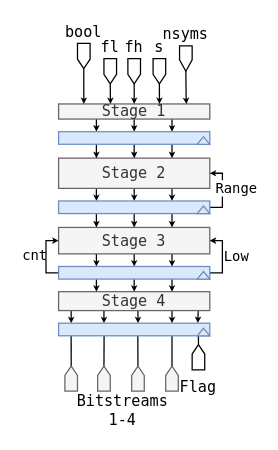
Earlier version of the draw.io diagram page "Overview Pipeline" (5 of 8) of Project/Architecture.drawio (tuliopereirab/arithmetic-encoder-av1). Source tidied: cells renumbered, new cells numbered last; positions are measured from the earlier drawing's top-left corner, leaving out a move shared by most shapes. Both pictures are drawn from the tidied source at 126%, with x=0, y=0 at pixel (45, 43).
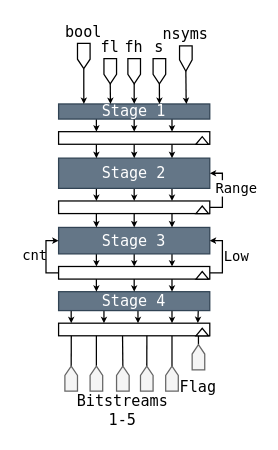
The same diagram, later.

Unchanged cells that the change refers to:
```xml
<mxCell id="55" style="shape=offPageConnector;whiteSpace=wrap;html=1;rotation=0;labelPosition=center;verticalLabelPosition=bottom;align=center;verticalAlign=top;horizontal=1;direction=west;fontFamily=Lucida Console;fillColor=#f5f5f5;strokeColor=#666666;fontColor=#333333;" parent="1" vertex="1">
  <mxGeometry x="95" y="256" width="10" height="20" as="geometry" />
</mxCell>
```

Diff of the diagram source:
```diff
@@
-    <mxCell id="7" value="Stage 1" style="rounded=0;whiteSpace=wrap;html=1;direction=west;fontFamily=Lucida Console;fillColor=#f5f5f5;strokeColor=#666666;fontColor=#333333;" parent="1" vertex="1">
+    <mxCell id="7" value="Stage 1" style="rounded=0;whiteSpace=wrap;html=1;direction=west;fontFamily=Lucida Console;fillColor=#647687;strokeColor=#314354;fontColor=#ffffff;" parent="1" vertex="1">
       <mxGeometry x="10" y="48" width="120" height="12" as="geometry" />
     </mxCell>
@@
-    <mxCell id="21" value="Stage 2" style="rounded=0;whiteSpace=wrap;html=1;direction=west;fontFamily=Lucida Console;fillColor=#f5f5f5;strokeColor=#666666;fontColor=#333333;" parent="1" vertex="1">
+    <mxCell id="21" value="Stage 2" style="rounded=0;whiteSpace=wrap;html=1;direction=west;fontFamily=Lucida Console;fillColor=#647687;strokeColor=#314354;fontColor=#ffffff;" parent="1" vertex="1">
       <mxGeometry x="10" y="91" width="120" height="24" as="geometry" />
     </mxCell>
@@
-    <mxCell id="25" style="rounded=0;whiteSpace=wrap;html=1;direction=west;fontFamily=Lucida Console;fillColor=#dae8fc;strokeColor=#6c8ebf;" parent="1" vertex="1">
+    <mxCell id="25" style="rounded=0;whiteSpace=wrap;html=1;direction=west;fontFamily=Lucida Console;fillColor=#FFFFFF;" parent="1" vertex="1">
       <mxGeometry x="10" y="70" width="120" height="10" as="geometry" />
     </mxCell>
@@
-    <mxCell id="31" value="Stage 3" style="rounded=0;whiteSpace=wrap;html=1;direction=west;fontFamily=Lucida Console;fillColor=#f5f5f5;strokeColor=#666666;fontColor=#333333;" parent="1" vertex="1">
+    <mxCell id="31" value="Stage 3" style="rounded=0;whiteSpace=wrap;html=1;direction=west;fontFamily=Lucida Console;fillColor=#647687;strokeColor=#314354;fontColor=#ffffff;" parent="1" vertex="1">
       <mxGeometry x="10" y="146" width="120" height="21" as="geometry" />
     </mxCell>
@@
-    <mxCell id="35" style="rounded=0;whiteSpace=wrap;html=1;direction=west;fontFamily=Lucida Console;fillColor=#dae8fc;strokeColor=#6c8ebf;" parent="1" vertex="1">
+    <mxCell id="35" style="rounded=0;whiteSpace=wrap;html=1;direction=west;fontFamily=Lucida Console;fillColor=#FFFFFF;" parent="1" vertex="1">
       <mxGeometry x="10" y="125" width="120" height="10" as="geometry" />
     </mxCell>
@@
-    <mxCell id="43" value="Stage 4" style="rounded=0;whiteSpace=wrap;html=1;direction=west;fontFamily=Lucida Console;fillColor=#f5f5f5;strokeColor=#666666;fontColor=#333333;" parent="1" vertex="1">
+    <mxCell id="43" value="Stage 4" style="rounded=0;whiteSpace=wrap;html=1;direction=west;fontFamily=Lucida Console;fillColor=#647687;strokeColor=#314354;fontColor=#ffffff;" parent="1" vertex="1">
       <mxGeometry x="10" y="197" width="120" height="15" as="geometry" />
     </mxCell>
@@
-    <mxCell id="47" style="rounded=0;whiteSpace=wrap;html=1;direction=west;fontFamily=Lucida Console;fillColor=#dae8fc;strokeColor=#6c8ebf;" parent="1" vertex="1">
+    <mxCell id="47" style="rounded=0;whiteSpace=wrap;html=1;direction=west;fontFamily=Lucida Console;fillColor=#FFFFFF;" parent="1" vertex="1">
       <mxGeometry x="10" y="177" width="120" height="10" as="geometry" />
     </mxCell>
-    <mxCell id="48" style="edgeStyle=orthogonalEdgeStyle;rounded=0;jettySize=auto;html=1;exitX=0.5;exitY=1;exitDx=0;exitDy=0;entryX=0.917;entryY=-0.019;entryDx=0;entryDy=0;entryPerimeter=0;startArrow=none;startFill=0;startSize=2;endArrow=none;endFill=0;endSize=2;" parent="1" edge="1" source="49" target="58">
+    <mxCell id="48" style="edgeStyle=orthogonalEdgeStyle;rounded=0;jettySize=auto;html=1;exitX=0.5;exitY=1;exitDx=0;exitDy=0;entryX=0.577;entryY=0.004;entryDx=0;entryDy=0;entryPerimeter=0;endArrow=none;endFill=0;fontColor=#000000;" parent="1" edge="1" source="49" target="58">
       <mxGeometry relative="1" as="geometry" />
     </mxCell>
     <mxCell id="49" style="shape=offPageConnector;whiteSpace=wrap;html=1;rotation=0;labelPosition=center;verticalLabelPosition=bottom;align=center;verticalAlign=top;horizontal=1;direction=west;fontFamily=Lucida Console;fillColor=#f5f5f5;strokeColor=#666666;fontColor=#333333;" parent="1" vertex="1">
-      <mxGeometry x="15" y="256" width="10" height="20" as="geometry" />
+      <mxGeometry x="56" y="256" width="10" height="20" as="geometry" />
     </mxCell>
-    <mxCell id="50" style="edgeStyle=orthogonalEdgeStyle;rounded=0;jettySize=auto;html=1;exitX=0.5;exitY=1;exitDx=0;exitDy=0;entryX=0.699;entryY=-0.019;entryDx=0;entryDy=0;entryPerimeter=0;startArrow=none;startFill=0;startSize=2;endArrow=none;endFill=0;endSize=2;" parent="1" edge="1" source="51" target="58">
+    <mxCell id="50" style="edgeStyle=orthogonalEdgeStyle;rounded=0;jettySize=auto;html=1;exitX=0.5;exitY=1;exitDx=0;exitDy=0;entryX=0.916;entryY=0.043;entryDx=0;entryDy=0;entryPerimeter=0;endArrow=none;endFill=0;fontColor=#000000;" parent="1" edge="1" source="51" target="58">
       <mxGeometry relative="1" as="geometry" />
     </mxCell>
     <mxCell id="51" style="shape=offPageConnector;whiteSpace=wrap;html=1;rotation=0;labelPosition=center;verticalLabelPosition=bottom;align=center;verticalAlign=top;horizontal=1;direction=west;fontFamily=Lucida Console;fillColor=#f5f5f5;strokeColor=#666666;fontColor=#333333;" parent="1" vertex="1">
-      <mxGeometry x="41" y="256" width="10" height="20" as="geometry" />
+      <mxGeometry x="15" y="256" width="10" height="20" as="geometry" />
     </mxCell>
-    <mxCell id="52" style="edgeStyle=orthogonalEdgeStyle;rounded=0;jettySize=auto;html=1;exitX=0.5;exitY=1;exitDx=0;exitDy=0;entryX=0.476;entryY=0.128;entryDx=0;entryDy=0;entryPerimeter=0;startArrow=none;startFill=0;endArrow=none;endFill=0;endSize=2;startSize=2;" parent="1" edge="1" source="53" target="58">
+    <mxCell id="52" style="edgeStyle=orthogonalEdgeStyle;rounded=0;jettySize=auto;html=1;exitX=0.5;exitY=1;exitDx=0;exitDy=0;entryX=0.416;entryY=0.12;entryDx=0;entryDy=0;entryPerimeter=0;endArrow=none;endFill=0;fontColor=#000000;" parent="1" edge="1" source="53" target="58">
       <mxGeometry relative="1" as="geometry" />
     </mxCell>
     <mxCell id="53" style="shape=offPageConnector;whiteSpace=wrap;html=1;rotation=0;labelPosition=center;verticalLabelPosition=bottom;align=center;verticalAlign=top;horizontal=1;direction=west;fontFamily=Lucida Console;fillColor=#f5f5f5;strokeColor=#666666;fontColor=#333333;" parent="1" vertex="1">
-      <mxGeometry x="68" y="256" width="10" height="20" as="geometry" />
+      <mxGeometry x="75" y="256" width="10" height="20" as="geometry" />
     </mxCell>
-    <mxCell id="54" style="edgeStyle=orthogonalEdgeStyle;rounded=0;jettySize=auto;html=1;exitX=0.5;exitY=1;exitDx=0;exitDy=0;entryX=0.25;entryY=0;entryDx=0;entryDy=0;startArrow=none;startFill=0;endArrow=none;endFill=0;endSize=2;startSize=2;" parent="1" edge="1" source="55" target="58">
+    <mxCell id="54" style="edgeStyle=orthogonalEdgeStyle;rounded=0;jettySize=auto;html=1;exitX=0.5;exitY=1;exitDx=0;exitDy=0;entryX=0.25;entryY=0;entryDx=0;entryDy=0;endArrow=none;endFill=0;fontColor=#000000;" parent="1" edge="1" source="55" target="58">
       <mxGeometry relative="1" as="geometry" />
     </mxCell>
@@
-    <mxCell id="57" value="Flag" style="shape=offPageConnector;whiteSpace=wrap;html=1;rotation=0;labelPosition=center;verticalLabelPosition=bottom;align=center;verticalAlign=top;horizontal=1;direction=west;fontFamily=Lucida Console;" parent="1" vertex="1">
+    <mxCell id="57" value="Flag" style="shape=offPageConnector;whiteSpace=wrap;html=1;rotation=0;labelPosition=center;verticalLabelPosition=bottom;align=center;verticalAlign=top;horizontal=1;direction=west;fontFamily=Lucida Console;fillColor=#f5f5f5;strokeColor=#666666;" parent="1" vertex="1">
       <mxGeometry x="116" y="239" width="10" height="20" as="geometry" />
     </mxCell>
-    <mxCell id="58" style="rounded=0;whiteSpace=wrap;html=1;direction=west;fontFamily=Lucida Console;fillColor=#dae8fc;strokeColor=#6c8ebf;" parent="1" vertex="1">
+    <mxCell id="58" style="rounded=0;whiteSpace=wrap;html=1;direction=west;fontFamily=Lucida Console;fillColor=#FFFFFF;" parent="1" vertex="1">
       <mxGeometry x="10" y="222" width="120" height="10" as="geometry" />
     </mxCell>
-    <mxCell id="59" style="triangle;whiteSpace=wrap;html=1;direction=north;fillColor=#dae8fc;strokeColor=#6c8ebf;" parent="1" vertex="1">
-      <mxGeometry x="120" y="181" width="10" height="6" as="geometry" />
+    <mxCell id="59" style="triangle;whiteSpace=wrap;html=1;direction=north;fillColor=#FFFFFF;" parent="1" vertex="1">
+      <mxGeometry x="119" y="181" width="10" height="6" as="geometry" />
     </mxCell>
-    <mxCell id="60" style="triangle;whiteSpace=wrap;html=1;direction=north;fillColor=#dae8fc;strokeColor=#6c8ebf;" parent="1" vertex="1">
-      <mxGeometry x="120" y="129" width="10" height="6" as="geometry" />
+    <mxCell id="60" style="triangle;whiteSpace=wrap;html=1;direction=north;fillColor=#FFFFFF;" parent="1" vertex="1">
+      <mxGeometry x="119" y="129" width="10" height="6" as="geometry" />
     </mxCell>
-    <mxCell id="61" style="triangle;whiteSpace=wrap;html=1;direction=north;fillColor=#dae8fc;strokeColor=#6c8ebf;" parent="1" vertex="1">
-      <mxGeometry x="120" y="74" width="10" height="6" as="geometry" />
+    <mxCell id="61" style="triangle;whiteSpace=wrap;html=1;direction=north;fillColor=#FFFFFF;" parent="1" vertex="1">
+      <mxGeometry x="119" y="74" width="10" height="6" as="geometry" />
     </mxCell>
-    <mxCell id="62" style="triangle;whiteSpace=wrap;html=1;direction=north;fillColor=#dae8fc;strokeColor=#6c8ebf;" parent="1" vertex="1">
-      <mxGeometry x="120" y="226" width="10" height="6" as="geometry" />
+    <mxCell id="62" style="triangle;whiteSpace=wrap;html=1;direction=north;fillColor=#FFFFFF;" parent="1" vertex="1">
+      <mxGeometry x="119" y="226" width="10" height="6" as="geometry" />
     </mxCell>
-    <mxCell id="63" value="&lt;span style=&quot;font-family: &amp;#34;lucida console&amp;#34;&quot;&gt;Bitstreams 1-4&lt;/span&gt;" style="text;html=1;strokeColor=none;fillColor=none;align=center;verticalAlign=middle;whiteSpace=wrap;rounded=0;" parent="1" vertex="1">
+    <mxCell id="63" value="&lt;span style=&quot;font-family: &amp;#34;lucida console&amp;#34;&quot;&gt;Bitstreams 1-5&lt;/span&gt;" style="text;html=1;strokeColor=none;fillColor=none;align=center;verticalAlign=middle;whiteSpace=wrap;rounded=0;" parent="1" vertex="1">
       <mxGeometry x="41" y="281" width="40" height="20" as="geometry" />
     </mxCell>
+    <mxCell id="64" style="edgeStyle=orthogonalEdgeStyle;rounded=0;jettySize=auto;html=1;exitX=0.5;exitY=1;exitDx=0;exitDy=0;entryX=0.75;entryY=0;entryDx=0;entryDy=0;endArrow=none;endFill=0;fontColor=#000000;" parent="1" edge="1" source="65" target="58">
+      <mxGeometry relative="1" as="geometry" />
+    </mxCell>
+    <mxCell id="65" style="shape=offPageConnector;whiteSpace=wrap;html=1;rotation=0;labelPosition=center;verticalLabelPosition=bottom;align=center;verticalAlign=top;horizontal=1;direction=west;fontFamily=Lucida Console;fillColor=#f5f5f5;strokeColor=#666666;fontColor=#333333;" parent="1" vertex="1">
+      <mxGeometry x="35" y="256" width="10" height="20" as="geometry" />
+    </mxCell>
```
